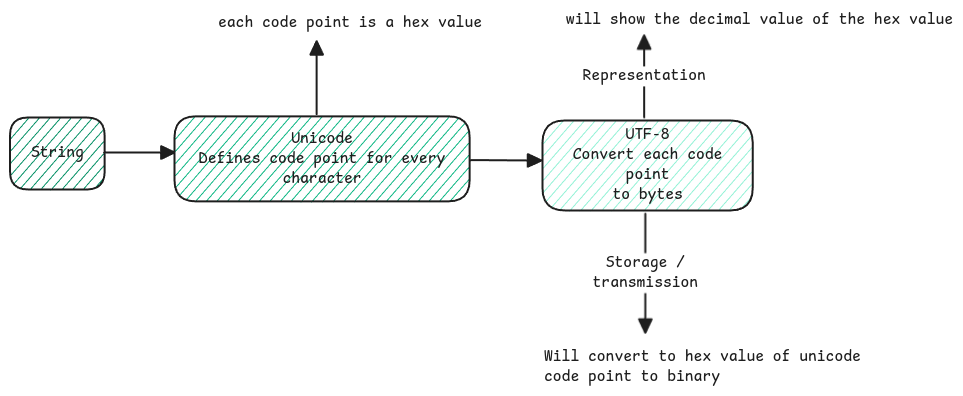
Above: static/img/bytes-to-string.excalidraw.png in swaroopar/inprogress-engineer (Excalidraw), before the change. Source tidied: one line per element, renumbered; positions are measured from the earlier drawing's top-left corner, leaving out a move shared by most shapes.
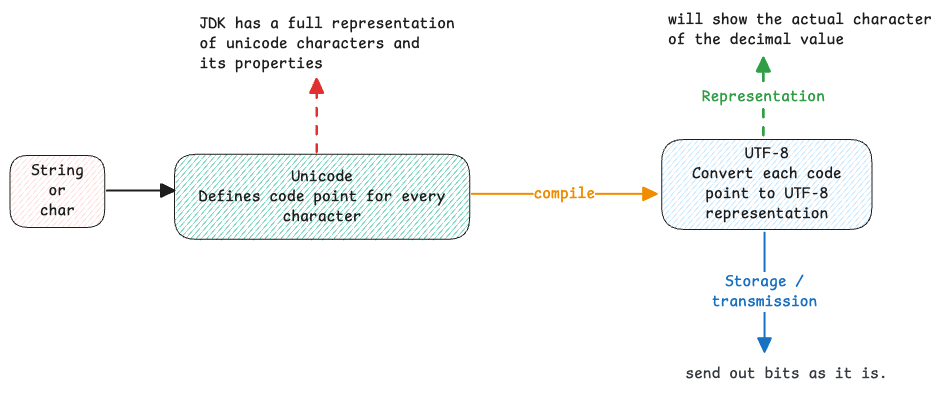
Above is the later version.

Change to the diagram source:
```diff
@@ -1,16 +1,17 @@
-{"id": 0, "type": "rectangle", "strokeColor": "#1e1e1e", "backgroundColor": "#099268", "fillStyle": "hachure", "strokeWidth": 2, "roughness": 0, "round": true, "x": 0, "y": 107, "width": 95, "height": 72}
+{"id": 0, "type": "rectangle", "strokeColor": "#1e1e1e", "backgroundColor": "#ffc9c9", "fillStyle": "hachure", "strokeWidth": 1, "roughness": 0, "round": true, "x": 0, "y": 107, "width": 95, "height": 72}
-{"id": 1, "type": "text", "text": "String", "strokeColor": "#1e1e1e", "strokeWidth": 2, "roughness": 1, "fontSize": 16, "fontFamily": 8, "textAlign": "center", "verticalAlign": "middle", "inside": 0, "x": 21, "y": 133, "width": 53, "height": 20}
+{"id": 1, "type": "text", "text": "String\nor\nchar", "strokeColor": "#1e1e1e", "strokeWidth": 2, "roughness": 1, "fontSize": 16, "fontFamily": 8, "textAlign": "center", "verticalAlign": "middle", "inside": 0, "x": 21, "y": 113, "width": 53, "height": 60}
-{"id": 2, "type": "arrow", "strokeColor": "#1e1e1e", "strokeWidth": 2, "roughness": 0, "endArrowhead": "triangle", "round": true, "x": 94, "y": 142, "width": 71, "height": 0, "points": [[0, 0], [71, 0]]}
+{"id": 2, "type": "arrow", "strokeColor": "#1e1e1e", "strokeWidth": 2, "roughness": 0, "endArrowhead": "triangle", "round": true, "to": 3, "x": 97, "y": 142, "width": 68, "height": 0, "points": [[0, 0], [68, 0]]}
-{"id": 3, "type": "rectangle", "strokeColor": "#1e1e1e", "backgroundColor": "#12b886", "fillStyle": "hachure", "strokeWidth": 2, "roughness": 0, "round": true, "x": 164, "y": 106, "width": 295, "height": 85}
+{"id": 3, "type": "rectangle", "strokeColor": "#1e1e1e", "backgroundColor": "#12b886", "fillStyle": "hachure", "strokeWidth": 1, "roughness": 0, "round": true, "x": 164, "y": 106, "width": 295, "height": 85}
 {"id": 4, "type": "text", "text": "Unicode\nDefines code point for every\ncharacter", "strokeColor": "#1e1e1e", "strokeWidth": 2, "roughness": 1, "fontSize": 16, "fontFamily": 8, "textAlign": "center", "verticalAlign": "middle", "inside": 3, "x": 189, "y": 119, "width": 246, "height": 60}
-{"id": 5, "type": "rectangle", "strokeColor": "#1e1e1e", "backgroundColor": "#96f2d7", "fillStyle": "hachure", "strokeWidth": 2, "roughness": 0, "round": true, "x": 532, "y": 110, "width": 210, "height": 90}
+{"id": 5, "type": "rectangle", "strokeColor": "#1e1e1e", "backgroundColor": "#a5d8ff", "fillStyle": "hachure", "strokeWidth": 1, "roughness": 0, "round": true, "x": 652, "y": 91, "width": 210, "height": 90}
-{"id": 6, "type": "text", "text": "UTF-8\nConvert each code\npoint\nto bytes", "strokeColor": "#1e1e1e", "strokeWidth": 2, "roughness": 1, "fontSize": 16, "fontFamily": 8, "textAlign": "center", "verticalAlign": "middle", "inside": 5, "x": 563, "y": 115, "width": 150, "height": 80}
+{"id": 6, "type": "text", "text": "UTF-8\nConvert each code\npoint to UTF-8\nrepresentation", "strokeColor": "#1e1e1e", "strokeWidth": 2, "roughness": 1, "fontSize": 16, "fontFamily": 8, "textAlign": "center", "verticalAlign": "middle", "inside": 5, "x": 682, "y": 96, "width": 150, "height": 80}
-{"id": 7, "type": "arrow", "strokeColor": "#1e1e1e", "strokeWidth": 2, "roughness": 0, "endArrowhead": "triangle", "round": true, "from": 3, "to": 5, "x": 461, "y": 150, "width": 71, "height": 0, "points": [[0, 0], [71, 0]]}
+{"id": 7, "type": "arrow", "strokeColor": "#f08c00", "strokeWidth": 2, "roughness": 0, "endArrowhead": "triangle", "round": true, "from": 3, "x": 462, "y": 146, "width": 185, "height": 0, "points": [[0, 0], [185, 0]]}
+{"id": 16, "type": "text", "text": "compile", "strokeColor": "#f08c00", "backgroundColor": "#a5d8ff", "fillStyle": "solid", "strokeWidth": 1, "strokeStyle": "dashed", "roughness": 1, "fontSize": 16, "fontFamily": 8, "textAlign": "center", "verticalAlign": "middle", "inside": 7, "x": 526, "y": 136, "width": 62, "height": 20}
-{"id": 8, "type": "text", "text": "each code point is a hex value", "strokeColor": "#1e1e1e", "strokeWidth": 2, "roughness": 0, "fontSize": 16, "fontFamily": 8, "x": 208, "y": 3, "width": 264, "height": 20}
+{"id": 8, "type": "text", "text": "JDK has a full representation\nof unicode characters and\nits properties", "strokeColor": "#1e1e1e", "strokeWidth": 2, "roughness": 0, "fontSize": 16, "fontFamily": 8, "x": 190, "y": -34, "width": 255, "height": 60}
-{"id": 9, "type": "arrow", "strokeColor": "#1e1e1e", "strokeWidth": 2, "roughness": 0, "endArrowhead": "triangle", "round": true, "x": 307, "y": 104, "width": 0, "height": 73, "points": [[0, 0], [0, -73]]}
+{"id": 9, "type": "arrow", "strokeColor": "#e03131", "strokeWidth": 2, "strokeStyle": "dashed", "roughness": 0, "endArrowhead": "triangle", "round": true, "x": 307, "y": 104, "width": 0, "height": 73, "points": [[0, 0], [0, -73]]}
-{"id": 10, "type": "arrow", "strokeColor": "#1e1e1e", "strokeWidth": 2, "roughness": 0, "endArrowhead": "triangle", "round": true, "from": 5, "x": 635, "y": 203, "width": 0, "height": 119, "points": [[0, 0], [0, 119]]}
+{"id": 10, "type": "arrow", "strokeColor": "#1971c2", "strokeWidth": 2, "roughness": 0, "endArrowhead": "triangle", "round": true, "x": 755, "y": 185, "width": 0, "height": 119, "points": [[0, 0], [0, 119]]}
-{"id": 11, "type": "text", "text": "Storage /\ntransmission", "strokeColor": "#1e1e1e", "strokeWidth": 2, "roughness": 1, "fontSize": 16, "fontFamily": 8, "textAlign": "center", "verticalAlign": "middle", "inside": 10, "x": 583, "y": 243, "width": 106, "height": 40}
+{"id": 11, "type": "text", "text": "Storage /\ntransmission", "strokeColor": "#1971c2", "strokeWidth": 2, "roughness": 1, "fontSize": 16, "fontFamily": 8, "textAlign": "center", "verticalAlign": "middle", "inside": 10, "x": 583, "y": 243, "width": 106, "height": 40}
-{"id": 12, "type": "text", "text": "Will convert to hex value of unicode \ncode point to binary", "strokeColor": "#1e1e1e", "strokeWidth": 2, "roughness": 0, "fontSize": 16, "fontFamily": 8, "x": 534, "y": 337, "width": 326, "height": 40}
+{"id": 12, "type": "text", "text": "send out bits as it is.", "strokeColor": "#343a40", "strokeWidth": 2, "roughness": 0, "fontSize": 16, "fontFamily": 8, "x": 675, "y": 316, "width": 202, "height": 20}
-{"id": 13, "type": "arrow", "strokeColor": "#1e1e1e", "strokeWidth": 2, "roughness": 0, "endArrowhead": "triangle", "round": true, "x": 634, "y": 107, "width": 0, "height": 82, "points": [[0, 0], [0, -82]]}
+{"id": 13, "type": "arrow", "strokeColor": "#2f9e44", "strokeWidth": 2, "strokeStyle": "dashed", "roughness": 0, "endArrowhead": "triangle", "round": true, "x": 753, "y": 87, "width": 0, "height": 78, "points": [[0, 0], [0, -78]]}
-{"id": 14, "type": "text", "text": "Representation", "strokeColor": "#1e1e1e", "strokeWidth": 2, "roughness": 1, "fontSize": 16, "fontFamily": 8, "textAlign": "center", "verticalAlign": "middle", "inside": 13, "x": 573, "y": 56, "width": 123, "height": 20}
+{"id": 14, "type": "text", "text": "Representation", "strokeColor": "#2f9e44", "strokeWidth": 2, "roughness": 1, "fontSize": 16, "fontFamily": 8, "textAlign": "center", "verticalAlign": "middle", "inside": 13, "x": 573, "y": 56, "width": 123, "height": 20}
-{"id": 15, "type": "text", "text": "will show the decimal value of the hex value", "strokeColor": "#1e1e1e", "strokeWidth": 2, "roughness": 0, "fontSize": 16, "fontFamily": 8, "x": 556, "y": 0, "width": 387, "height": 20}
+{"id": 15, "type": "text", "text": "will show the actual character\nof the decimal value", "strokeColor": "#1e1e1e", "strokeWidth": 2, "roughness": 0, "fontSize": 16, "fontFamily": 8, "x": 658, "y": -38, "width": 264, "height": 40}
```
